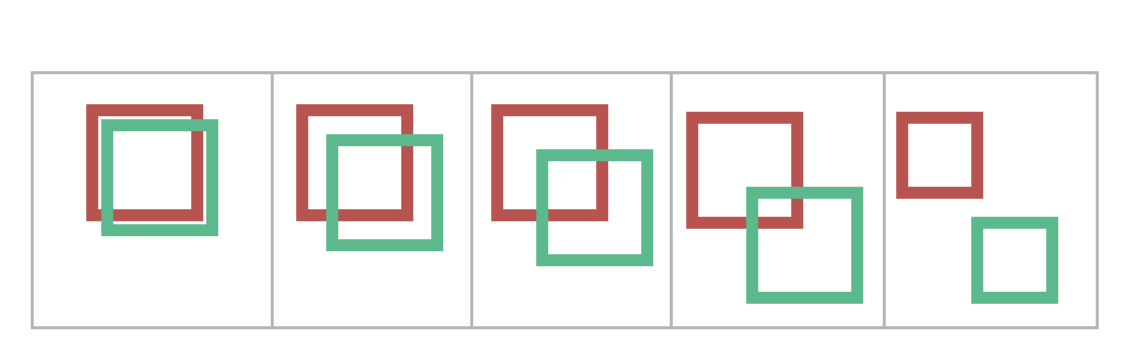
Earlier version of the draw.io diagram iou.drawio (chauchausoup/major_diagrams). Source tidied: cells renumbered, new cells numbered last; positions are measured from the earlier drawing's top-left corner, leaving out a move shared by most shapes. Both pictures are drawn from the tidied source at 150%, with x=0, y=0 at pixel (32, 72).
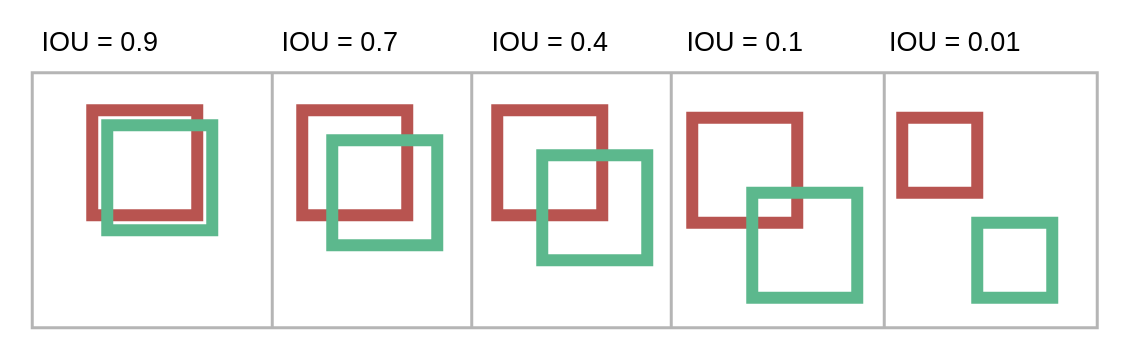
Above is the later version.

The edit, as a diff of the source:
```diff
@@
+    <mxCell id="19" value="&lt;font style=&quot;font-size: 18px&quot;&gt;IOU = 0.9&lt;/font&gt;" style="text;html=1;align=center;verticalAlign=middle;" parent="1" vertex="1">
+      <mxGeometry y="-30" width="90" height="20" as="geometry" />
+    </mxCell>
+    <mxCell id="20" value="&lt;font style=&quot;font-size: 18px&quot;&gt;IOU = 0.7&lt;/font&gt;" style="text;html=1;align=center;verticalAlign=middle;" parent="1" vertex="1">
+      <mxGeometry x="160" y="-30" width="90" height="20" as="geometry" />
+    </mxCell>
+    <mxCell id="21" value="&lt;font style=&quot;font-size: 18px&quot;&gt;IOU = 0.4&lt;/font&gt;" style="text;html=1;align=center;verticalAlign=middle;" parent="1" vertex="1">
+      <mxGeometry x="300" y="-30" width="90" height="20" as="geometry" />
+    </mxCell>
+    <mxCell id="22" value="&lt;font style=&quot;font-size: 18px&quot;&gt;IOU = 0.1&lt;/font&gt;" style="text;html=1;align=center;verticalAlign=middle;" parent="1" vertex="1">
+      <mxGeometry x="430" y="-30" width="90" height="20" as="geometry" />
+    </mxCell>
+    <mxCell id="23" value="&lt;font style=&quot;font-size: 18px&quot;&gt;IOU = 0.01&lt;/font&gt;" style="text;html=1;align=center;verticalAlign=middle;" parent="1" vertex="1">
+      <mxGeometry x="565" y="-30" width="100" height="20" as="geometry" />
+    </mxCell>
```
